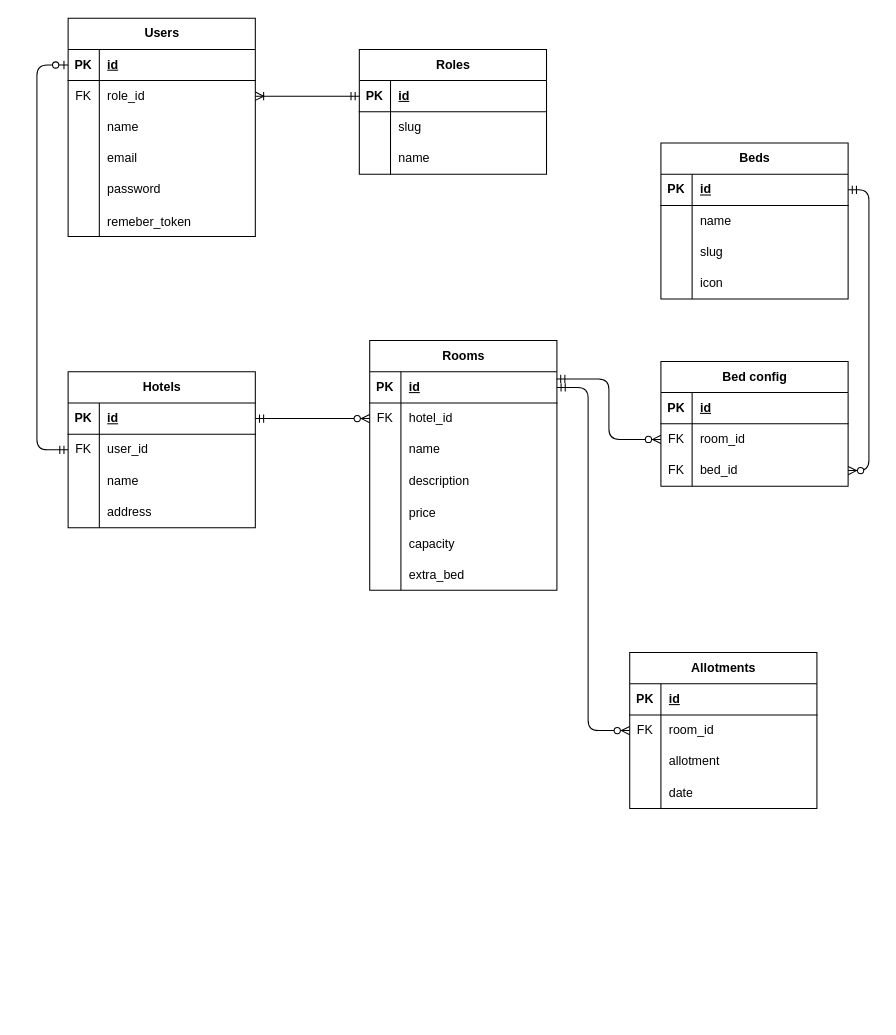
Earlier version of the draw.io diagram diagram.drawio (Hans-Star18/ta-booking-system). Source tidied: cells renumbered, new cells numbered last; positions are measured from the earlier drawing's top-left corner, leaving out a move shared by most shapes. Both pictures are drawn from the tidied source at 104%, with x=0, y=0 at pixel (36, 18).
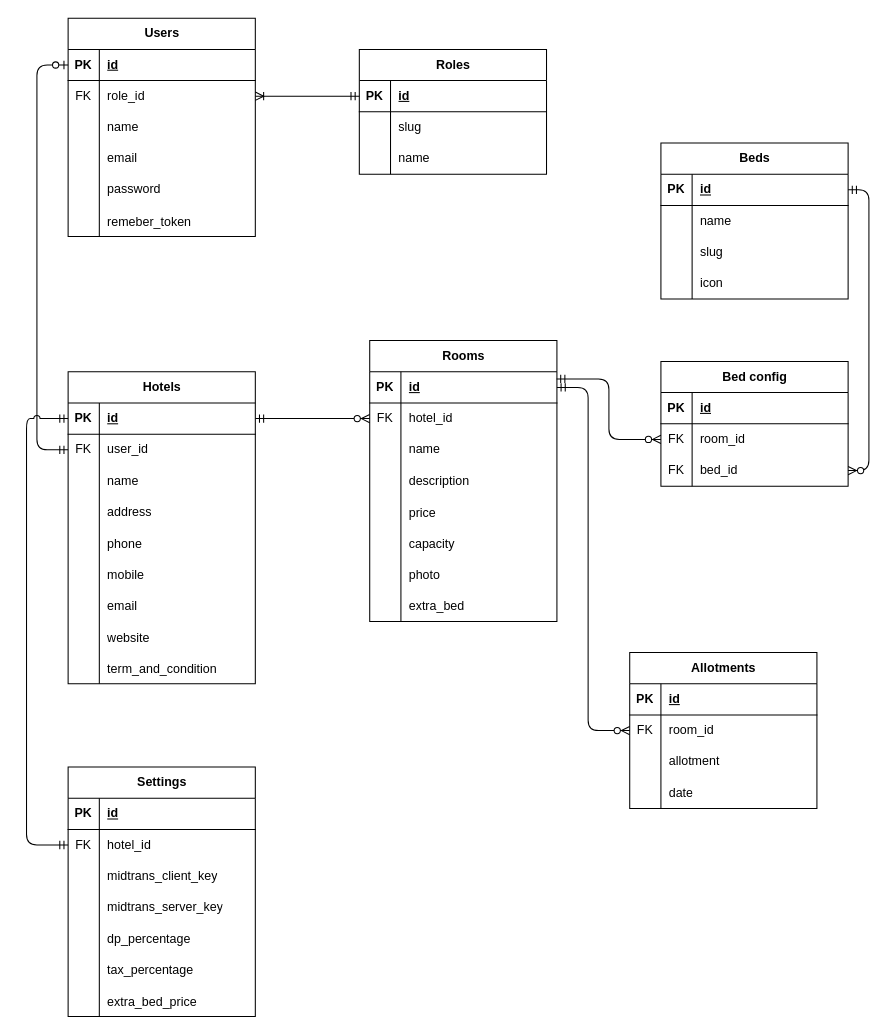
The same page after the edit.

The change refers to these unchanged cells:
```xml
<mxCell id="3" style="shape=tableRow;horizontal=0;startSize=0;swimlaneHead=0;swimlaneBody=0;fillColor=none;points=[[0,0.5],[1,0.5]];portConstraint=eastwest;top=0;left=0;right=0;bottom=1;" parent="2" vertex="1">
  <mxGeometry y="30" width="180" height="30" as="geometry" />
</mxCell>
<mxCell id="33" style="shape=tableRow;horizontal=0;startSize=0;swimlaneHead=0;swimlaneBody=0;fillColor=none;points=[[0,0.5],[1,0.5]];portConstraint=eastwest;top=0;left=0;right=0;bottom=1;" parent="32" vertex="1">
  <mxGeometry y="30" width="180" height="30" as="geometry" />
</mxCell>
<mxCell id="36" style="shape=tableRow;horizontal=0;startSize=0;swimlaneHead=0;swimlaneBody=0;fillColor=none;points=[[0,0.5],[1,0.5]];portConstraint=eastwest;top=0;left=0;right=0;bottom=0;" parent="32" vertex="1">
  <mxGeometry y="60" width="180" height="30" as="geometry" />
</mxCell>
```

Diff of the diagram source:
```diff
@@
     <mxCell id="32" value="Hotels" style="shape=table;startSize=30;childLayout=tableLayout;rowLines=0;fontStyle=1;align=center;html=1;" parent="1" vertex="1">
-      <mxGeometry x="30" y="340" width="180" height="150" as="geometry" />
+      <mxGeometry x="30" y="340" width="180" height="300" as="geometry" />
     </mxCell>
@@
+    <mxCell id="108" style="shape=tableRow;horizontal=0;startSize=0;swimlaneHead=0;swimlaneBody=0;fillColor=none;top=0;left=0;right=0;bottom=0;" parent="32" vertex="1">
+      <mxGeometry y="150" width="180" height="30" as="geometry" />
+    </mxCell>
+    <mxCell id="109" style="shape=partialRectangle;fillColor=none;top=0;left=0;bottom=0;right=0;overflow=hidden;" parent="108" vertex="1">
+      <mxGeometry width="30" height="30" as="geometry" />
+    </mxCell>
+    <mxCell id="110" value="phone" style="shape=partialRectangle;fillColor=none;top=0;left=0;bottom=0;right=0;align=left;spacingLeft=6;overflow=hidden;" parent="108" vertex="1">
+      <mxGeometry x="30" width="150" height="30" as="geometry" />
+    </mxCell>
+    <mxCell id="111" style="shape=tableRow;horizontal=0;startSize=0;swimlaneHead=0;swimlaneBody=0;fillColor=none;top=0;left=0;right=0;bottom=0;" parent="32" vertex="1">
+      <mxGeometry y="180" width="180" height="30" as="geometry" />
+    </mxCell>
+    <mxCell id="112" style="shape=partialRectangle;fillColor=none;top=0;left=0;bottom=0;right=0;overflow=hidden;" parent="111" vertex="1">
+      <mxGeometry width="30" height="30" as="geometry" />
+    </mxCell>
+    <mxCell id="113" value="mobile" style="shape=partialRectangle;fillColor=none;top=0;left=0;bottom=0;right=0;align=left;spacingLeft=6;overflow=hidden;" parent="111" vertex="1">
+      <mxGeometry x="30" width="150" height="30" as="geometry" />
+    </mxCell>
+    <mxCell id="114" style="shape=tableRow;horizontal=0;startSize=0;swimlaneHead=0;swimlaneBody=0;fillColor=none;top=0;left=0;right=0;bottom=0;" parent="32" vertex="1">
+      <mxGeometry y="210" width="180" height="30" as="geometry" />
+    </mxCell>
+    <mxCell id="115" style="shape=partialRectangle;fillColor=none;top=0;left=0;bottom=0;right=0;overflow=hidden;" parent="114" vertex="1">
+      <mxGeometry width="30" height="30" as="geometry" />
+    </mxCell>
+    <mxCell id="116" value="email" style="shape=partialRectangle;fillColor=none;top=0;left=0;bottom=0;right=0;align=left;spacingLeft=6;overflow=hidden;" parent="114" vertex="1">
+      <mxGeometry x="30" width="150" height="30" as="geometry" />
+    </mxCell>
+    <mxCell id="117" style="shape=tableRow;horizontal=0;startSize=0;swimlaneHead=0;swimlaneBody=0;fillColor=none;top=0;left=0;right=0;bottom=0;" parent="32" vertex="1">
+      <mxGeometry y="240" width="180" height="30" as="geometry" />
+    </mxCell>
+    <mxCell id="118" style="shape=partialRectangle;fillColor=none;top=0;left=0;bottom=0;right=0;overflow=hidden;" parent="117" vertex="1">
+      <mxGeometry width="30" height="30" as="geometry" />
+    </mxCell>
+    <mxCell id="119" value="website" style="shape=partialRectangle;fillColor=none;top=0;left=0;bottom=0;right=0;align=left;spacingLeft=6;overflow=hidden;" parent="117" vertex="1">
+      <mxGeometry x="30" width="150" height="30" as="geometry" />
+    </mxCell>
+    <mxCell id="120" style="shape=tableRow;horizontal=0;startSize=0;swimlaneHead=0;swimlaneBody=0;fillColor=none;top=0;left=0;right=0;bottom=0;" parent="32" vertex="1">
+      <mxGeometry y="270" width="180" height="30" as="geometry" />
+    </mxCell>
+    <mxCell id="121" style="shape=partialRectangle;fillColor=none;top=0;left=0;bottom=0;right=0;overflow=hidden;" parent="120" vertex="1">
+      <mxGeometry width="30" height="30" as="geometry" />
+    </mxCell>
+    <mxCell id="122" value="term_and_condition" style="shape=partialRectangle;fillColor=none;top=0;left=0;bottom=0;right=0;align=left;spacingLeft=6;overflow=hidden;" parent="120" vertex="1">
+      <mxGeometry x="30" width="150" height="30" as="geometry" />
+    </mxCell>
-    <mxCell id="45" style="fontSize=12;html=1;endArrow=ERzeroToOne;startArrow=ERmandOne;entryX=0;entryY=0.5;entryDx=0;entryDy=0;exitX=0;exitY=0.5;exitDx=0;exitDy=0;" parent="1" edge="1" source="36" target="3">
+    <mxCell id="45" style="fontSize=12;html=1;endArrow=ERzeroToOne;startArrow=ERmandOne;entryX=0;entryY=0.5;entryDx=0;entryDy=0;exitX=0;exitY=0.5;exitDx=0;exitDy=0;jumpStyle=arc;" parent="1" edge="1" source="36" target="3">
       <mxGeometry relative="1" as="geometry">
         <Array as="points">
           <mxPoint y="415" />
           <mxPoint y="45" />
         </Array>
       </mxGeometry>
     </mxCell>
     <mxCell id="46" value="Rooms" style="shape=table;startSize=30;childLayout=tableLayout;rowLines=0;fontStyle=1;align=center;html=1;" parent="1" vertex="1">
-      <mxGeometry x="320" y="310" width="180" height="240" as="geometry" />
+      <mxGeometry x="320" y="310" width="180" height="270" as="geometry" />
     </mxCell>
@@
+    <mxCell id="123" style="shape=tableRow;horizontal=0;startSize=0;swimlaneHead=0;swimlaneBody=0;fillColor=none;top=0;left=0;right=0;bottom=0;" parent="46" vertex="1">
+      <mxGeometry y="210" width="180" height="30" as="geometry" />
+    </mxCell>
+    <mxCell id="124" style="shape=partialRectangle;fillColor=none;top=0;left=0;bottom=0;right=0;overflow=hidden;" parent="123" vertex="1">
+      <mxGeometry width="30" height="30" as="geometry" />
+    </mxCell>
+    <mxCell id="125" value="photo" style="shape=partialRectangle;fillColor=none;top=0;left=0;bottom=0;right=0;align=left;spacingLeft=6;overflow=hidden;" parent="123" vertex="1">
+      <mxGeometry x="30" width="150" height="30" as="geometry" />
+    </mxCell>
     <mxCell id="65" style="shape=tableRow;horizontal=0;startSize=0;swimlaneHead=0;swimlaneBody=0;fillColor=none;top=0;left=0;right=0;bottom=0;" parent="46" vertex="1">
-      <mxGeometry y="210" width="180" height="30" as="geometry" />
+      <mxGeometry y="240" width="180" height="30" as="geometry" />
     </mxCell>
@@
+    <mxCell id="126" value="Settings" style="shape=table;startSize=30;childLayout=tableLayout;rowLines=0;fontStyle=1;align=center;html=1;" parent="1" vertex="1">
+      <mxGeometry x="30" y="720" width="180" height="240" as="geometry" />
+    </mxCell>
+    <mxCell id="127" style="shape=tableRow;horizontal=0;startSize=0;swimlaneHead=0;swimlaneBody=0;fillColor=none;top=0;left=0;right=0;bottom=1;" parent="126" vertex="1">
+      <mxGeometry y="30" width="180" height="30" as="geometry" />
+    </mxCell>
+    <mxCell id="128" value="PK" style="shape=partialRectangle;fillColor=none;top=0;left=0;bottom=0;right=0;fontStyle=1;overflow=hidden;whiteSpace=wrap;html=1;" parent="127" vertex="1">
+      <mxGeometry width="30" height="30" as="geometry" />
+    </mxCell>
+    <mxCell id="129" value="id" style="shape=partialRectangle;fillColor=none;top=0;left=0;bottom=0;right=0;align=left;spacingLeft=6;fontStyle=5;overflow=hidden;whiteSpace=wrap;html=1;" parent="127" vertex="1">
+      <mxGeometry x="30" width="150" height="30" as="geometry" />
+    </mxCell>
+    <mxCell id="130" style="shape=tableRow;horizontal=0;startSize=0;swimlaneHead=0;swimlaneBody=0;fillColor=none;points=[[0,0.5],[1,0.5]];portConstraint=eastwest;top=0;left=0;right=0;bottom=0;" parent="126" vertex="1">
+      <mxGeometry y="60" width="180" height="30" as="geometry" />
+    </mxCell>
+    <mxCell id="131" value="FK" style="shape=partialRectangle;fillColor=none;top=0;left=0;bottom=0;right=0;overflow=hidden;whiteSpace=wrap;html=1;" parent="130" vertex="1">
+      <mxGeometry width="30" height="30" as="geometry" />
+    </mxCell>
+    <mxCell id="132" value="hotel_id" style="shape=partialRectangle;fillColor=none;top=0;left=0;bottom=0;right=0;align=left;spacingLeft=6;overflow=hidden;whiteSpace=wrap;html=1;" parent="130" vertex="1">
+      <mxGeometry x="30" width="150" height="30" as="geometry" />
+    </mxCell>
+    <mxCell id="133" style="shape=tableRow;horizontal=0;startSize=0;swimlaneHead=0;swimlaneBody=0;fillColor=none;top=0;left=0;right=0;bottom=0;" parent="126" vertex="1">
+      <mxGeometry y="90" width="180" height="30" as="geometry" />
+    </mxCell>
+    <mxCell id="134" style="shape=partialRectangle;fillColor=none;top=0;left=0;bottom=0;right=0;overflow=hidden;whiteSpace=wrap;html=1;" parent="133" vertex="1">
+      <mxGeometry width="30" height="30" as="geometry" />
+    </mxCell>
+    <mxCell id="135" value="midtrans_client_key" style="shape=partialRectangle;fillColor=none;top=0;left=0;bottom=0;right=0;align=left;spacingLeft=6;overflow=hidden;whiteSpace=wrap;html=1;" parent="133" vertex="1">
+      <mxGeometry x="30" width="150" height="30" as="geometry" />
+    </mxCell>
+    <mxCell id="136" style="shape=tableRow;horizontal=0;startSize=0;swimlaneHead=0;swimlaneBody=0;fillColor=none;top=0;left=0;right=0;bottom=0;" parent="126" vertex="1">
+      <mxGeometry y="120" width="180" height="30" as="geometry" />
+    </mxCell>
+    <mxCell id="137" style="shape=partialRectangle;fillColor=none;top=0;left=0;bottom=0;right=0;overflow=hidden;whiteSpace=wrap;html=1;" parent="136" vertex="1">
+      <mxGeometry width="30" height="30" as="geometry" />
+    </mxCell>
+    <mxCell id="138" value="midtrans_server_key" style="shape=partialRectangle;fillColor=none;top=0;left=0;bottom=0;right=0;align=left;spacingLeft=6;overflow=hidden;whiteSpace=wrap;html=1;" parent="136" vertex="1">
+      <mxGeometry x="30" width="150" height="30" as="geometry" />
+    </mxCell>
+    <mxCell id="139" style="shape=tableRow;horizontal=0;startSize=0;swimlaneHead=0;swimlaneBody=0;fillColor=none;top=0;left=0;right=0;bottom=0;" parent="126" vertex="1">
+      <mxGeometry y="150" width="180" height="30" as="geometry" />
+    </mxCell>
+    <mxCell id="140" style="shape=partialRectangle;fillColor=none;top=0;left=0;bottom=0;right=0;overflow=hidden;" parent="139" vertex="1">
+      <mxGeometry width="30" height="30" as="geometry" />
+    </mxCell>
+    <mxCell id="141" value="dp_percentage" style="shape=partialRectangle;fillColor=none;top=0;left=0;bottom=0;right=0;align=left;spacingLeft=6;overflow=hidden;" parent="139" vertex="1">
+      <mxGeometry x="30" width="150" height="30" as="geometry" />
+    </mxCell>
+    <mxCell id="142" style="shape=tableRow;horizontal=0;startSize=0;swimlaneHead=0;swimlaneBody=0;fillColor=none;top=0;left=0;right=0;bottom=0;" parent="126" vertex="1">
+      <mxGeometry y="180" width="180" height="30" as="geometry" />
+    </mxCell>
+    <mxCell id="143" style="shape=partialRectangle;fillColor=none;top=0;left=0;bottom=0;right=0;overflow=hidden;" parent="142" vertex="1">
+      <mxGeometry width="30" height="30" as="geometry" />
+    </mxCell>
+    <mxCell id="144" value="tax_percentage" style="shape=partialRectangle;fillColor=none;top=0;left=0;bottom=0;right=0;align=left;spacingLeft=6;overflow=hidden;" parent="142" vertex="1">
+      <mxGeometry x="30" width="150" height="30" as="geometry" />
+    </mxCell>
+    <mxCell id="145" style="shape=tableRow;horizontal=0;startSize=0;swimlaneHead=0;swimlaneBody=0;fillColor=none;top=0;left=0;right=0;bottom=0;" parent="126" vertex="1">
+      <mxGeometry y="210" width="180" height="30" as="geometry" />
+    </mxCell>
+    <mxCell id="146" style="shape=partialRectangle;fillColor=none;top=0;left=0;bottom=0;right=0;overflow=hidden;" parent="145" vertex="1">
+      <mxGeometry width="30" height="30" as="geometry" />
+    </mxCell>
+    <mxCell id="147" value="extra_bed_price" style="shape=partialRectangle;fillColor=none;top=0;left=0;bottom=0;right=0;align=left;spacingLeft=6;overflow=hidden;" parent="145" vertex="1">
+      <mxGeometry x="30" width="150" height="30" as="geometry" />
+    </mxCell>
+    <mxCell id="148" style="fontSize=12;html=1;endArrow=ERmandOne;startArrow=ERmandOne;entryX=0;entryY=0.5;entryDx=0;entryDy=0;exitX=0;exitY=0.5;exitDx=0;exitDy=0;jumpStyle=arc;" parent="1" edge="1" source="130" target="33">
+      <mxGeometry relative="1" as="geometry">
+        <Array as="points">
+          <mxPoint x="-10" y="795" />
+          <mxPoint x="-10" y="385" />
+        </Array>
+      </mxGeometry>
+    </mxCell>
```
